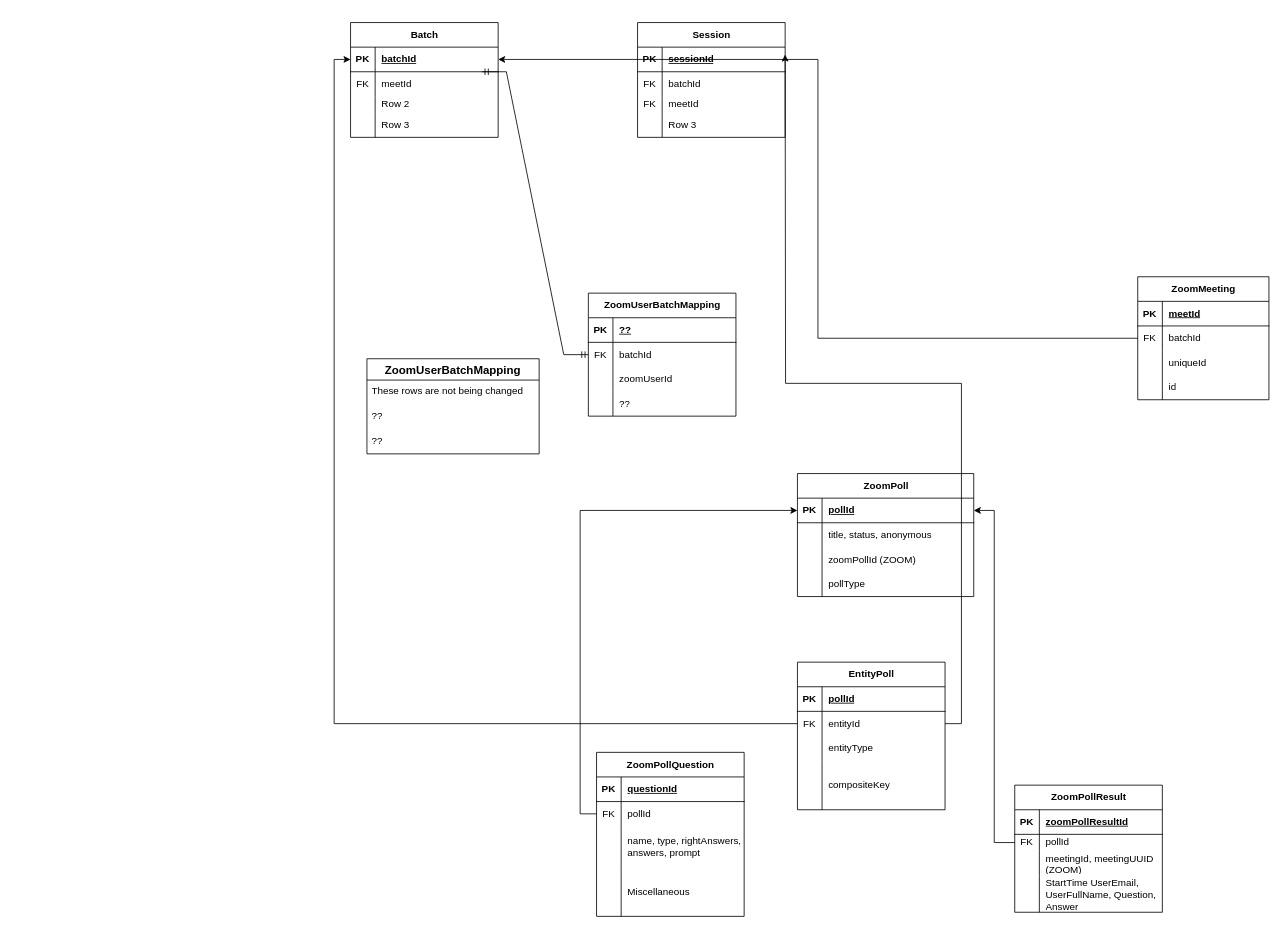
wardance-ferret/drawio keeps this draw.io diagram as iECHOBatchIDMismatch.drawio. Above is the earlier version. Source tidied: cells renumbered, new cells numbered last; positions are measured from the earlier drawing's top-left corner, leaving out a move shared by most shapes. Both pictures are drawn from the tidied source at 82%, with x=0, y=0 at pixel (14, 22).
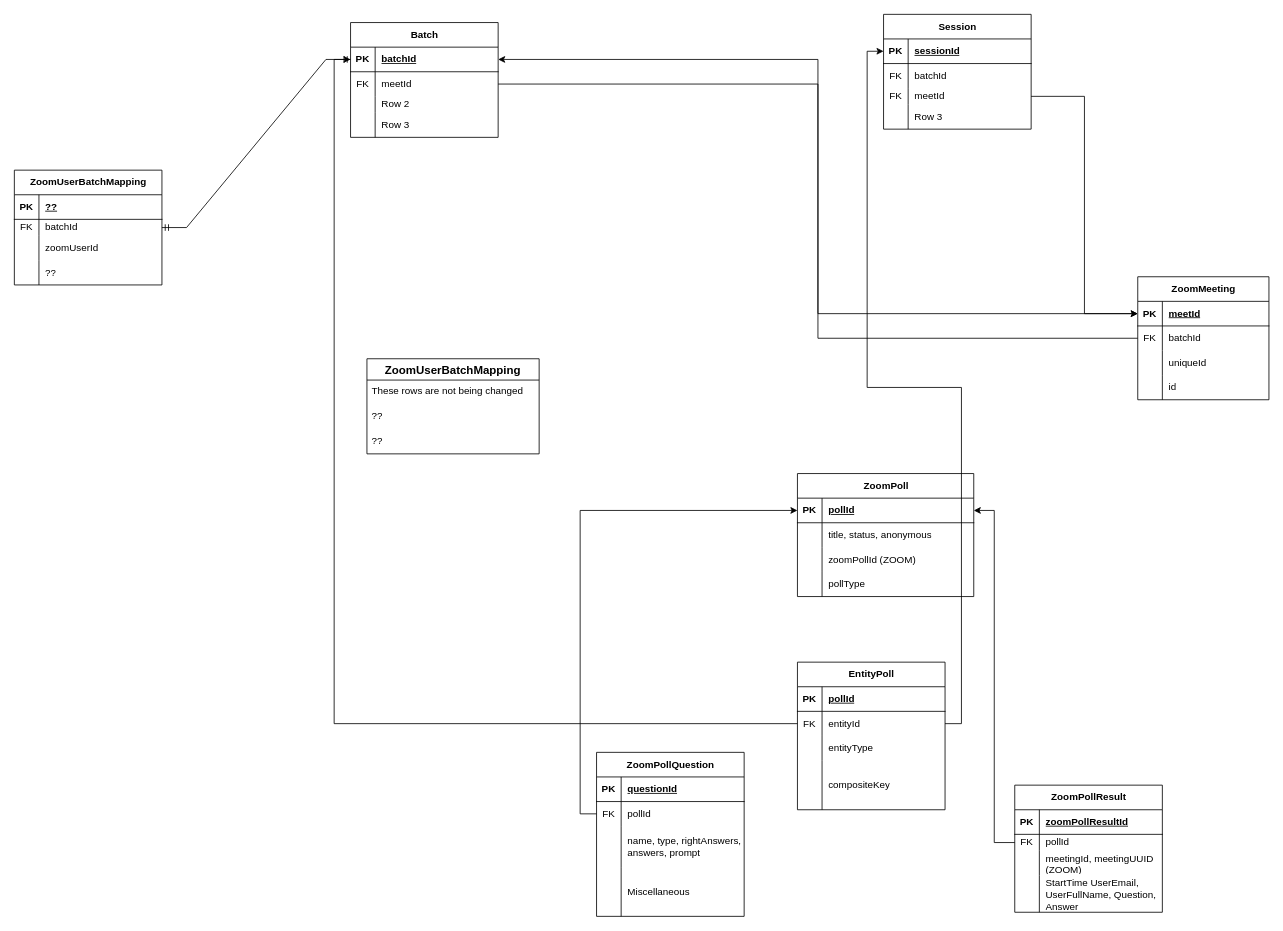
The same diagram, later.

The change refers to these unchanged cells:
```xml
<mxCell id="3" style="shape=tableRow;horizontal=0;startSize=0;swimlaneHead=0;swimlaneBody=0;fillColor=none;points=[[0,0.5],[1,0.5]];portConstraint=eastwest;top=0;left=0;right=0;bottom=1;" parent="2" vertex="1">
  <mxGeometry y="30" width="180" height="30" as="geometry" />
</mxCell>
<mxCell id="6" style="shape=tableRow;horizontal=0;startSize=0;swimlaneHead=0;swimlaneBody=0;fillColor=none;points=[[0,0.5],[1,0.5]];portConstraint=eastwest;top=0;left=0;right=0;bottom=0;" parent="2" vertex="1">
  <mxGeometry y="60" width="180" height="30" as="geometry" />
</mxCell>
<mxCell id="29" style="shape=tableRow;horizontal=0;startSize=0;swimlaneHead=0;swimlaneBody=0;fillColor=none;points=[[0,0.5],[1,0.5]];portConstraint=eastwest;top=0;left=0;right=0;bottom=1;" parent="28" vertex="1">
  <mxGeometry y="30" width="160" height="30" as="geometry" />
</mxCell>
<mxCell id="47" style="shape=tableRow;horizontal=0;startSize=0;swimlaneHead=0;swimlaneBody=0;fillColor=none;points=[[0,0.5],[1,0.5]];portConstraint=eastwest;top=0;left=0;right=0;bottom=1;" parent="46" vertex="1">
  <mxGeometry y="30" width="180" height="30" as="geometry" />
</mxCell>
<mxCell id="53" style="shape=tableRow;horizontal=0;startSize=0;swimlaneHead=0;swimlaneBody=0;fillColor=none;points=[[0,0.5],[1,0.5]];portConstraint=eastwest;top=0;left=0;right=0;bottom=0;" parent="46" vertex="1">
  <mxGeometry y="90" width="180" height="20" as="geometry" />
</mxCell>
<mxCell id="89" style="shape=tableRow;horizontal=0;startSize=0;swimlaneHead=0;swimlaneBody=0;fillColor=none;points=[[0,0.5],[1,0.5]];portConstraint=eastwest;top=0;left=0;right=0;bottom=0;" parent="85" vertex="1">
  <mxGeometry y="60" width="180" height="30" as="geometry" />
</mxCell>
```

Change to the diagram source:
```diff
@@
     <mxCell id="15" value="ZoomUserBatchMapping" style="shape=table;startSize=30;childLayout=tableLayout;rowLines=0;fontStyle=1;align=center;html=1;" parent="1" vertex="1">
-      <mxGeometry x="700" y="330" width="180" height="150" as="geometry" />
+      <mxGeometry y="180" width="180" height="140" as="geometry" />
     </mxCell>
@@
     <mxCell id="19" style="shape=tableRow;horizontal=0;startSize=0;swimlaneHead=0;swimlaneBody=0;fillColor=none;points=[[0,0.5],[1,0.5]];portConstraint=eastwest;top=0;left=0;right=0;bottom=0;" parent="15" vertex="1">
-      <mxGeometry y="60" width="180" height="30" as="geometry" />
+      <mxGeometry y="60" width="180" height="20" as="geometry" />
     </mxCell>
     <mxCell id="20" value="FK" style="shape=partialRectangle;fillColor=none;top=0;left=0;bottom=0;right=0;overflow=hidden;whiteSpace=wrap;html=1;" parent="19" vertex="1">
-      <mxGeometry width="30" height="30" as="geometry" />
+      <mxGeometry width="30" height="20" as="geometry" />
     </mxCell>
     <mxCell id="21" value="batchId" style="shape=partialRectangle;fillColor=none;top=0;left=0;bottom=0;right=0;align=left;spacingLeft=6;overflow=hidden;whiteSpace=wrap;html=1;" parent="19" vertex="1">
-      <mxGeometry x="30" width="150" height="30" as="geometry" />
+      <mxGeometry x="30" width="150" height="20" as="geometry" />
     </mxCell>
     <mxCell id="22" style="shape=tableRow;horizontal=0;startSize=0;swimlaneHead=0;swimlaneBody=0;fillColor=none;top=0;left=0;right=0;bottom=0;" parent="15" vertex="1">
-      <mxGeometry y="90" width="180" height="30" as="geometry" />
+      <mxGeometry y="80" width="180" height="30" as="geometry" />
     </mxCell>
@@
     <mxCell id="25" style="shape=tableRow;horizontal=0;startSize=0;swimlaneHead=0;swimlaneBody=0;fillColor=none;top=0;left=0;right=0;bottom=0;" parent="15" vertex="1">
-      <mxGeometry y="120" width="180" height="30" as="geometry" />
+      <mxGeometry y="110" width="180" height="30" as="geometry" />
     </mxCell>
@@
-    <mxCell id="45" style="edgeStyle=entityRelationEdgeStyle;fontSize=12;html=1;endArrow=ERmandOne;startArrow=ERmandOne;rounded=0;entryX=0;entryY=0.5;entryDx=0;entryDy=0;" parent="1" edge="1" target="19">
+    <mxCell id="45" style="edgeStyle=entityRelationEdgeStyle;fontSize=12;html=1;endArrow=ERmandOne;startArrow=ERmandOne;rounded=0;entryX=1;entryY=0.5;entryDx=0;entryDy=0;exitX=0;exitY=0.5;exitDx=0;exitDy=0;" parent="1" edge="1" source="3" target="19">
       <mxGeometry relative="1" as="geometry">
-        <mxPoint x="570" y="60" as="sourcePoint" />
         <Array as="points">
-          <mxPoint y="205" />
-          <mxPoint x="440" y="265" />
-          <mxPoint x="370" y="175" />
+          <mxPoint x="-630" y="195" />
+          <mxPoint x="20" y="45" />
+          <mxPoint x="-190" y="255" />
+          <mxPoint x="-260" y="165" />
         </Array>
       </mxGeometry>
     </mxCell>
     <mxCell id="46" value="Session" style="shape=table;startSize=30;childLayout=tableLayout;rowLines=0;fontStyle=1;align=center;html=1;" parent="1" vertex="1">
-      <mxGeometry x="760" width="180" height="140" as="geometry" />
+      <mxGeometry x="1060" y="-10" width="180" height="140" as="geometry" />
     </mxCell>
@@
-    <mxCell id="115" style="edgeStyle=orthogonalEdgeStyle;rounded=0;jettySize=auto;html=1;exitX=1;exitY=0.5;exitDx=0;exitDy=0;" parent="1" edge="1" source="89">
-      <mxGeometry relative="1" as="geometry">
-        <mxPoint x="940" y="39" as="targetPoint" />
-      </mxGeometry>
+    <mxCell id="115" style="edgeStyle=orthogonalEdgeStyle;rounded=0;jettySize=auto;html=1;exitX=1;exitY=0.5;exitDx=0;exitDy=0;entryX=0;entryY=0.5;entryDx=0;entryDy=0;" parent="1" edge="1" source="89" target="47">
+      <mxGeometry relative="1" as="geometry" />
     </mxCell>
@@
+    <mxCell id="118" style="edgeStyle=orthogonalEdgeStyle;rounded=0;jettySize=auto;html=1;exitX=1;exitY=0.5;exitDx=0;exitDy=0;entryX=0;entryY=0.5;entryDx=0;entryDy=0;" parent="1" edge="1" source="53" target="29">
+      <mxGeometry relative="1" as="geometry" />
+    </mxCell>
+    <mxCell id="119" style="edgeStyle=orthogonalEdgeStyle;rounded=0;jettySize=auto;html=1;exitX=1;exitY=0.5;exitDx=0;exitDy=0;entryX=0;entryY=0.5;entryDx=0;entryDy=0;" parent="1" edge="1" source="6" target="29">
+      <mxGeometry relative="1" as="geometry" />
+    </mxCell>
```
